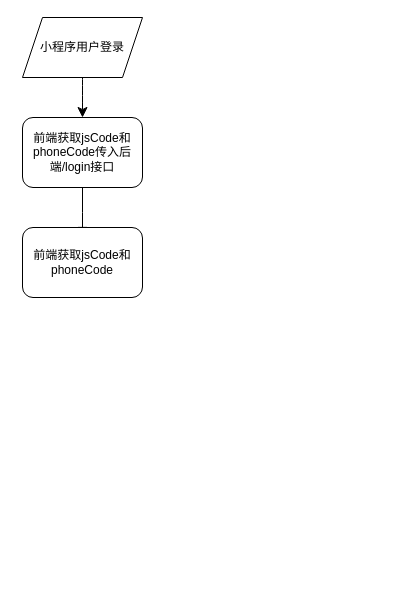
Earlier version of the draw.io diagram 登录流程.drawio (will-ye/learngitinhome). Source tidied: cells renumbered, new cells numbered last; positions are measured from the earlier drawing's top-left corner, leaving out a move shared by most shapes. Both pictures are drawn from the tidied source at 100%, with x=0, y=0 at pixel (22, 17).
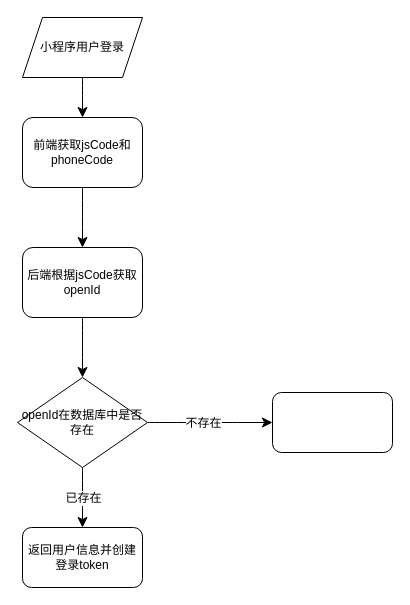
Above is the later version.

Commit message (it also covers changes not shown here):
更新登录流程.drawio

The edit, as a diff of the source:
```diff
@@
 <mxGraphModel>
   <root>
     <mxCell id="0" />
     <mxCell id="1" parent="0" />
-    <mxCell id="2" style="rounded=0;html=1;jettySize=auto;fontSize=11;endArrow=block;endFill=0;endSize=8;strokeWidth=1;shadow=0;labelBackgroundColor=none;edgeStyle=orthogonalEdgeStyle;" parent="1" edge="1" source="3">
-      <mxGeometry relative="1" as="geometry">
-        <mxPoint x="60" y="220" as="targetPoint" />
-      </mxGeometry>
-    </mxCell>
+    <mxCell id="7" style="edgeStyle=none;curved=1;rounded=0;jettySize=auto;html=1;fontSize=12;startSize=8;endSize=8;" parent="1" edge="1" source="3" target="9">
+      <mxGeometry relative="1" as="geometry" />
+    </mxCell>
-    <mxCell id="3" value="前端获取jsCode和phoneCode传入后端/login接口" style="rounded=1;whiteSpace=wrap;html=1;fontSize=12;glass=0;strokeWidth=1;shadow=0;" parent="1" vertex="1">
+    <mxCell id="3" value="前端获取jsCode和phoneCode" style="rounded=1;whiteSpace=wrap;html=1;fontSize=12;glass=0;strokeWidth=1;shadow=0;" parent="1" vertex="1">
       <mxGeometry y="100" width="120" height="70" as="geometry" />
     </mxCell>
     <mxCell id="4" style="edgeStyle=none;curved=1;rounded=0;jettySize=auto;html=1;fontSize=12;startSize=8;endSize=8;" parent="1" edge="1" source="5" target="3">
       <mxGeometry relative="1" as="geometry" />
     </mxCell>
     <mxCell id="5" value="小程序用户登录" style="shape=parallelogram;perimeter=parallelogramPerimeter;whiteSpace=wrap;html=1;fixedSize=1;" parent="1" vertex="1">
       <mxGeometry width="120" height="60" as="geometry" />
     </mxCell>
-    <mxCell id="6" value="前端获取jsCode和phoneCode" style="rounded=1;whiteSpace=wrap;html=1;fontSize=12;glass=0;strokeWidth=1;shadow=0;" parent="1" vertex="1">
-      <mxGeometry y="210" width="120" height="70" as="geometry" />
-    </mxCell>
+    <mxCell id="8" style="edgeStyle=none;curved=1;rounded=0;jettySize=auto;html=1;fontSize=12;startSize=8;endSize=8;" parent="1" edge="1" source="9">
+      <mxGeometry relative="1" as="geometry">
+        <mxPoint x="60" y="360" as="targetPoint" />
+      </mxGeometry>
+    </mxCell>
+    <mxCell id="9" value="后端根据jsCode获取openId" style="rounded=1;whiteSpace=wrap;html=1;fontSize=12;glass=0;strokeWidth=1;shadow=0;" parent="1" vertex="1">
+      <mxGeometry y="230" width="120" height="70" as="geometry" />
+    </mxCell>
+    <mxCell id="10" style="edgeStyle=none;curved=1;rounded=0;jettySize=auto;html=1;fontSize=12;startSize=8;endSize=8;" parent="1" edge="1" source="14" target="16">
+      <mxGeometry relative="1" as="geometry" />
+    </mxCell>
+    <mxCell id="11" value="已存在" style="edgeLabel;html=1;align=center;verticalAlign=middle;fontSize=12;" parent="10" vertex="1">
+      <mxGeometry x="-0.43" relative="1" as="geometry">
+        <mxPoint y="13" as="offset" />
+      </mxGeometry>
+    </mxCell>
+    <mxCell id="12" style="edgeStyle=none;curved=1;rounded=0;jettySize=auto;html=1;fontSize=12;startSize=8;endSize=8;" parent="1" edge="1" source="14" target="17">
+      <mxGeometry relative="1" as="geometry" />
+    </mxCell>
+    <mxCell id="13" value="不存在" style="edgeLabel;html=1;align=center;verticalAlign=middle;fontSize=12;" parent="12" vertex="1">
+      <mxGeometry x="-0.54" y="-1" relative="1" as="geometry">
+        <mxPoint x="26" y="-1" as="offset" />
+      </mxGeometry>
+    </mxCell>
+    <mxCell id="14" value="openId在数据库中是否存在" style="rhombus;whiteSpace=wrap;html=1;" parent="1" vertex="1">
+      <mxGeometry x="-5" y="360" width="130" height="90" as="geometry" />
+    </mxCell>
+    <mxCell id="15" style="edgeStyle=none;curved=1;rounded=0;orthogonalLoop=1;jettySize=auto;html=1;exitX=1;exitY=1;exitDx=0;exitDy=0;fontSize=12;startSize=8;endSize=8;" parent="1" edge="1" source="14" target="14">
+      <mxGeometry relative="1" as="geometry" />
+    </mxCell>
+    <mxCell id="16" value="返回用户信息并创建登录token" style="rounded=1;whiteSpace=wrap;html=1;" parent="1" vertex="1">
+      <mxGeometry y="510" width="120" height="60" as="geometry" />
+    </mxCell>
+    <mxCell id="17" style="rounded=1;whiteSpace=wrap;html=1;" parent="1" vertex="1">
+      <mxGeometry x="250" y="375" width="120" height="60" as="geometry" />
+    </mxCell>
   </root>
 </mxGraphModel>
```
